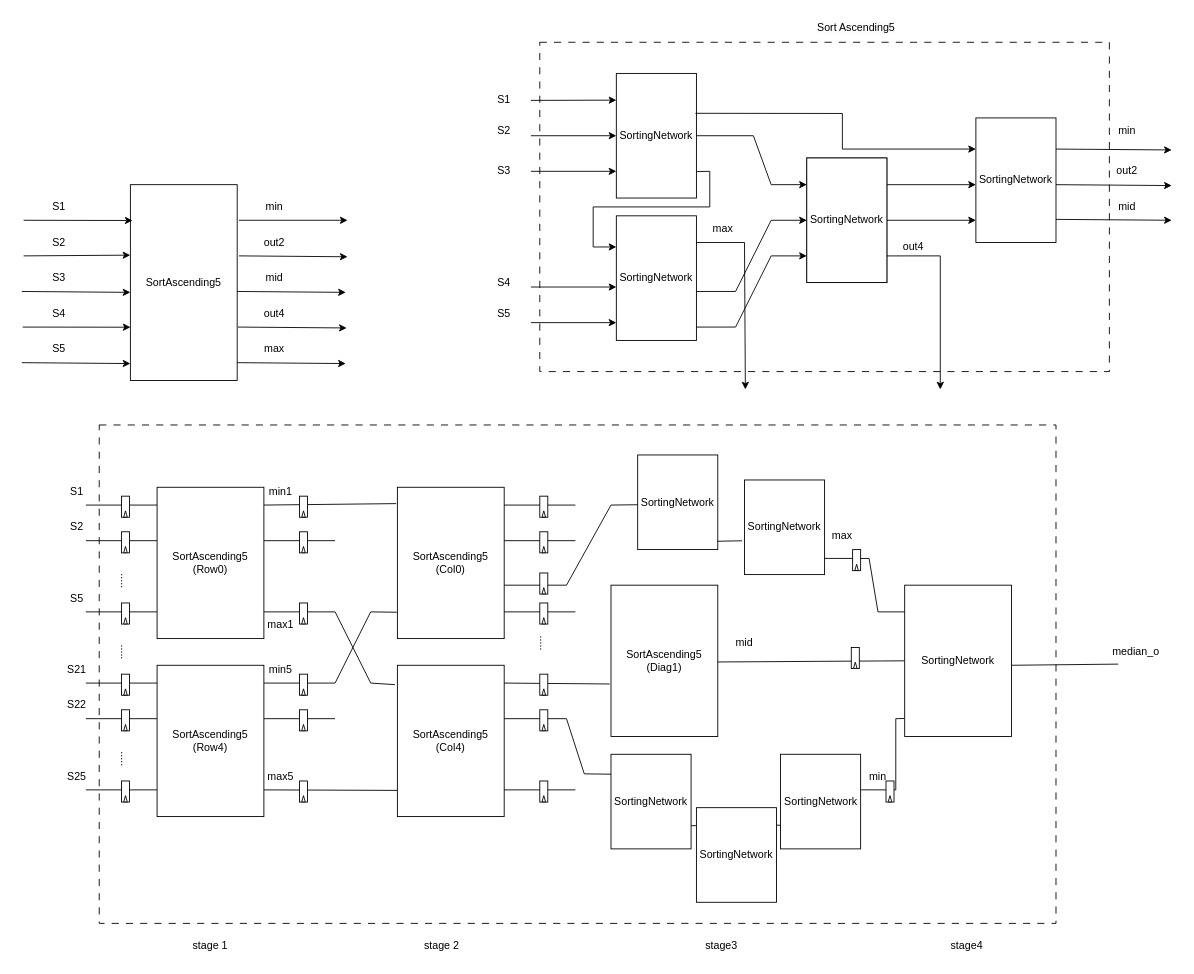
This is Sche/MedianFilterModule/Median5x5Calc.drawio from Hieuueihm/Thesis, a draw.io file, before an edit. Source tidied: cells renumbered, new cells numbered last; positions are measured from the earlier drawing's top-left corner, leaving out a move shared by most shapes. Both pictures are drawn from the tidied source at 89%, with x=0, y=0 at pixel (21, 15).
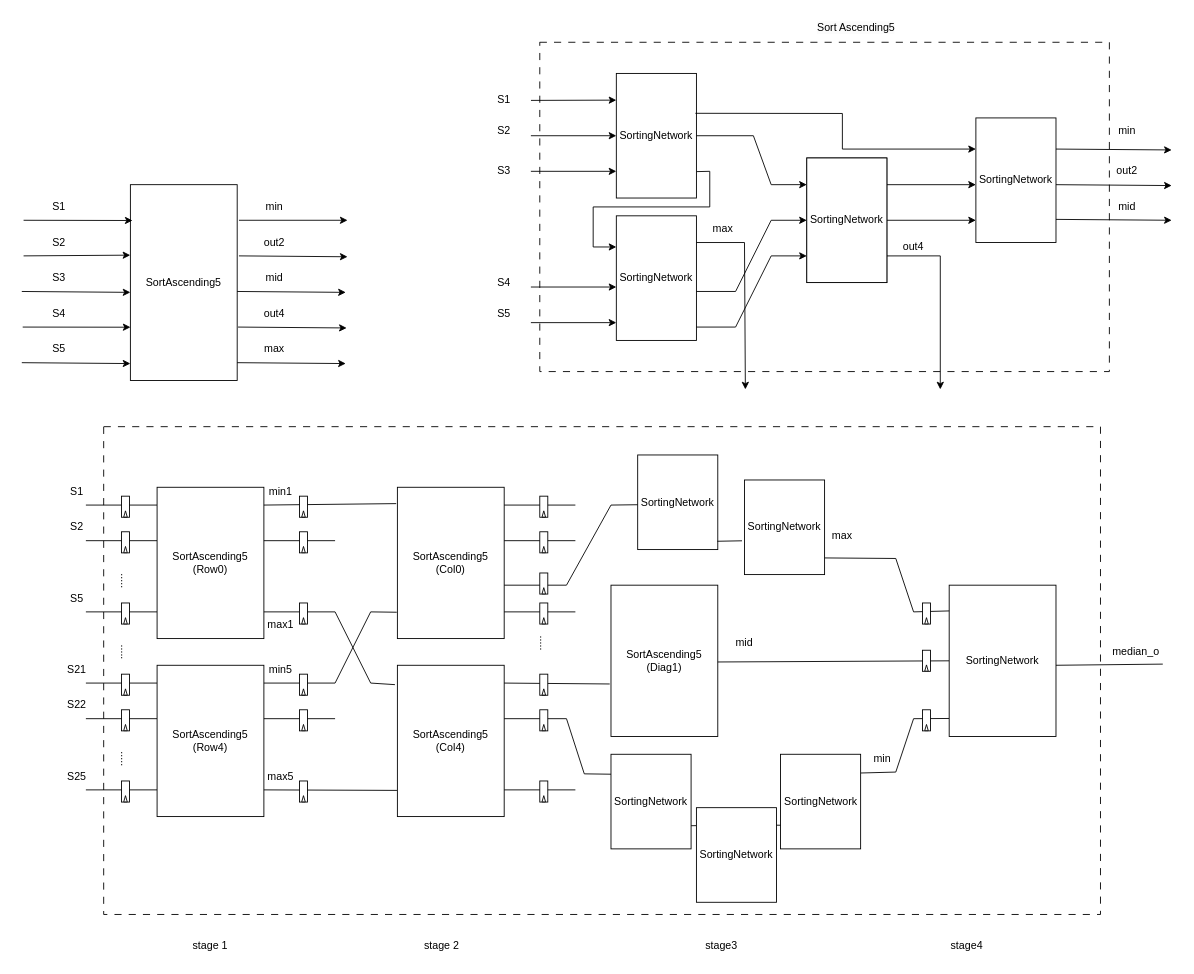
The same diagram, later.

The change refers to these unchanged cells:
```xml
<mxCell id="161" value="SortingNetwork" style="rounded=0;whiteSpace=wrap;html=1;" parent="1" vertex="1">
  <mxGeometry x="812" y="521.8" width="90" height="106.3" as="geometry" />
</mxCell>
<mxCell id="174" value="SortingNetwork" style="rounded=0;whiteSpace=wrap;html=1;" parent="1" vertex="1">
  <mxGeometry x="852.5" y="830" width="90" height="106.3" as="geometry" />
</mxCell>
```

The edit, as a diff of the source:
```diff
@@
-    <mxCell id="2" style="rounded=0;whiteSpace=wrap;html=1;dashed=1;dashPattern=8 8;" parent="1" vertex="1">
-      <mxGeometry x="87" y="460" width="1075" height="560" as="geometry" />
-    </mxCell>
+    <mxCell id="184" style="rounded=0;whiteSpace=wrap;html=1;dashed=1;dashPattern=8 8;" parent="1" vertex="1">
+      <mxGeometry x="92" y="461.9" width="1120" height="548.1" as="geometry" />
+    </mxCell>
+    <mxCell id="176" style="endArrow=none;html=1;rounded=0;exitX=0.999;exitY=0.198;exitDx=0;exitDy=0;exitPerimeter=0;entryX=0.001;entryY=0.881;entryDx=0;entryDy=0;entryPerimeter=0;" parent="1" edge="1" source="174" target="103">
+      <mxGeometry relative="1" as="geometry">
+        <Array as="points">
+          <mxPoint x="982" y="850" />
+          <mxPoint x="1002" y="790" />
+        </Array>
+      </mxGeometry>
+    </mxCell>
+    <mxCell id="185" style="endArrow=none;html=1;rounded=0;exitX=1;exitY=0.824;exitDx=0;exitDy=0;exitPerimeter=0;entryX=0.009;entryY=0.17;entryDx=0;entryDy=0;entryPerimeter=0;" parent="1" edge="1" source="161" target="103">
+      <mxGeometry relative="1" as="geometry">
+        <Array as="points">
+          <mxPoint x="982" y="610" />
+          <mxPoint x="1002" y="670" />
+        </Array>
+      </mxGeometry>
+    </mxCell>
@@
     <mxCell id="102" value="min" style="text;html=1;align=center;verticalAlign=middle;whiteSpace=wrap;rounded=0;" parent="1" vertex="1">
-      <mxGeometry x="932" y="840" width="60" height="30" as="geometry" />
+      <mxGeometry x="937" y="820" width="60" height="30" as="geometry" />
     </mxCell>
     <mxCell id="103" value="SortingNetwork" style="rounded=0;whiteSpace=wrap;html=1;" parent="1" vertex="1">
-      <mxGeometry x="992" y="640" width="120" height="170" as="geometry" />
+      <mxGeometry x="1042" y="640" width="120" height="170" as="geometry" />
     </mxCell>
     <mxCell id="104" style="endArrow=none;html=1;rounded=0;entryX=0;entryY=0.5;entryDx=0;entryDy=0;" parent="1" edge="1">
       <mxGeometry relative="1" as="geometry">
-        <mxPoint x="1112" y="730" as="sourcePoint" />
-        <mxPoint x="1232" y="728.7" as="targetPoint" />
+        <mxPoint x="1162" y="730" as="sourcePoint" />
+        <mxPoint x="1282" y="728.7" as="targetPoint" />
       </mxGeometry>
     </mxCell>
@@
-    <mxCell id="163" style="endArrow=none;html=1;rounded=0;exitX=1.001;exitY=0.829;exitDx=0;exitDy=0;exitPerimeter=0;" parent="1" edge="1" source="161">
-      <mxGeometry relative="1" as="geometry">
-        <mxPoint x="992" y="670" as="targetPoint" />
-        <Array as="points">
-          <mxPoint x="952" y="610" />
-          <mxPoint x="962" y="670" />
-        </Array>
-      </mxGeometry>
-    </mxCell>
     <mxCell id="164" style="group;" parent="1" vertex="1">
-      <mxGeometry x="933.5" y="600" width="9" height="23.7" as="geometry" />
+      <mxGeometry x="1012" y="660" width="9" height="23.7" as="geometry" />
     </mxCell>
@@
     <mxCell id="168" style="group;" parent="1" vertex="1">
-      <mxGeometry x="932" y="710" width="9" height="23.7" as="geometry" />
+      <mxGeometry x="1012" y="713.1" width="9" height="23.7" as="geometry" />
     </mxCell>
@@
-    <mxCell id="176" style="endArrow=none;html=1;rounded=0;entryX=-0.005;entryY=0.881;entryDx=0;entryDy=0;entryPerimeter=0;exitX=1.006;exitY=0.376;exitDx=0;exitDy=0;exitPerimeter=0;" parent="1" edge="1" source="174" target="103">
-      <mxGeometry relative="1" as="geometry">
-        <Array as="points">
-          <mxPoint x="982" y="870" />
-          <mxPoint x="982" y="790" />
-        </Array>
-      </mxGeometry>
-    </mxCell>
     <mxCell id="177" style="group;" parent="1" vertex="1">
-      <mxGeometry x="971" y="860" width="9" height="23.7" as="geometry" />
+      <mxGeometry x="1012" y="780" width="9" height="23.7" as="geometry" />
     </mxCell>
```
